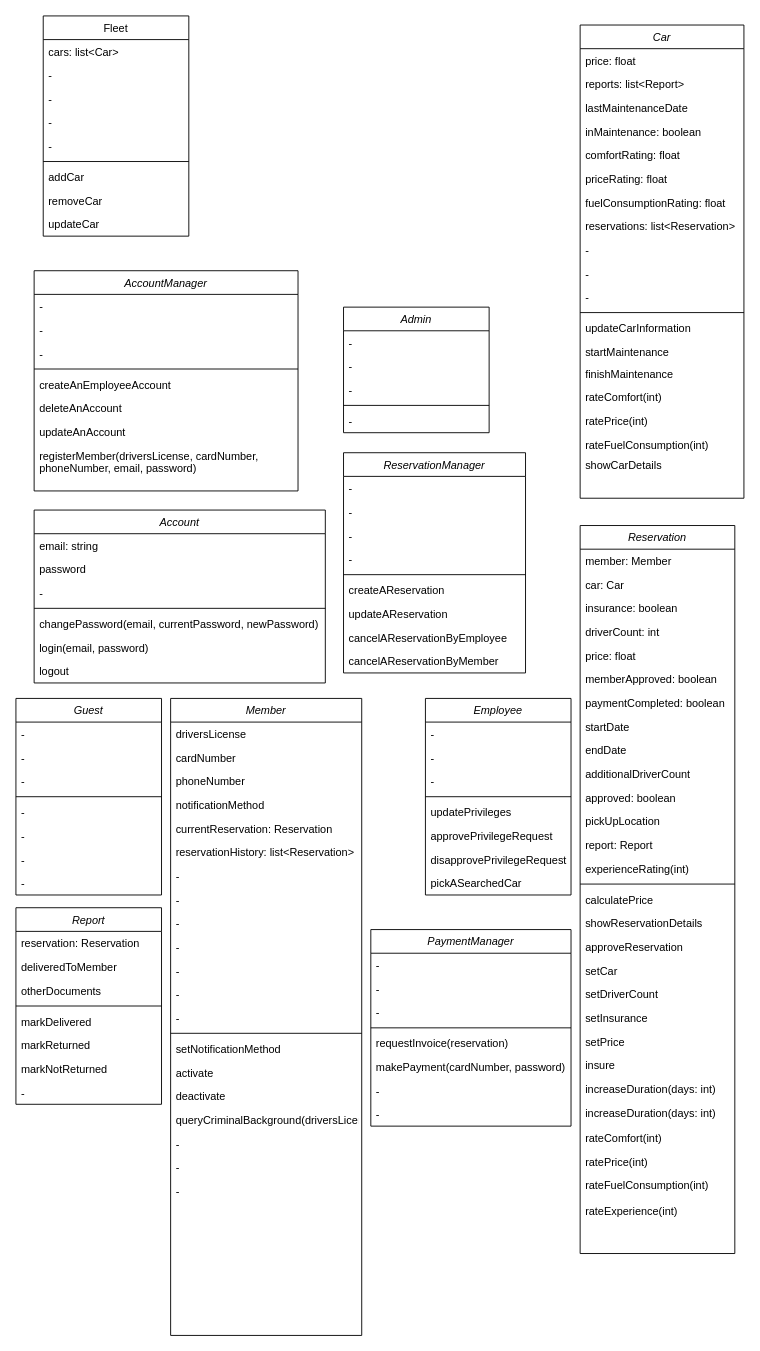
The draw.io diagram ClassDiagram.drawio in aysegulsari/SWE-530, before the edit. Source tidied: cells renumbered, new cells numbered last; positions are measured from the earlier drawing's top-left corner, leaving out a move shared by most shapes. Both pictures are drawn from the tidied source at 91%, with x=0, y=0 at pixel (15, 15).
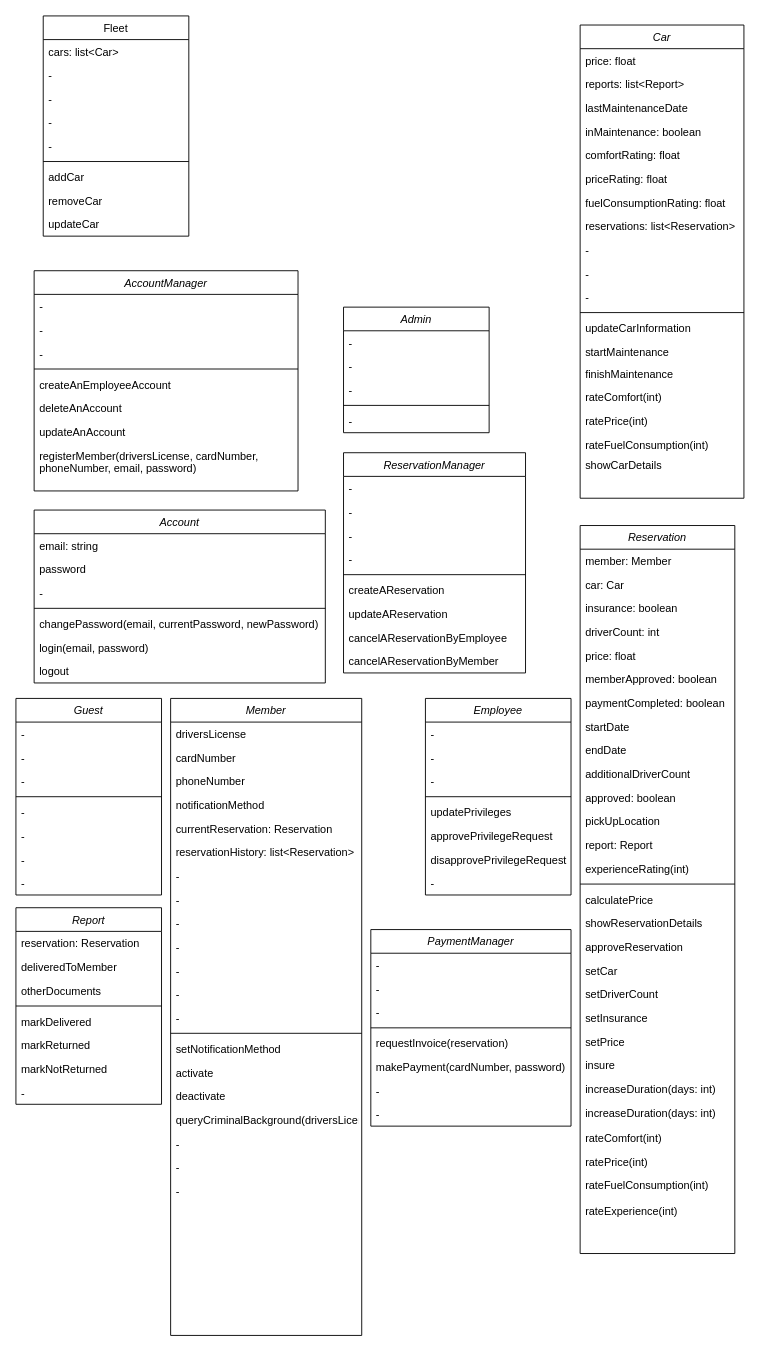
The same page after the edit.

Commit message:
Updated class diagram for the rental car system.

The change refers to these unchanged cells:
```xml
<mxCell id="18" value="Employee" style="swimlane;fontStyle=2;align=center;verticalAlign=top;horizontal=1;startSize=26;rounded=0;shadow=0;strokeWidth=1;" parent="1" vertex="1">
  <mxGeometry x="450" y="750" width="160" height="216" as="geometry" />
</mxCell>
```

What changed in the source:
```diff
@@
-    <mxCell id="26" value="pickASearchedCar" style="text;align=left;verticalAlign=top;spacingLeft=4;spacingRight=4;overflow=hidden;" parent="18" vertex="1">
+    <mxCell id="26" value="-" style="text;align=left;verticalAlign=top;spacingLeft=4;spacingRight=4;overflow=hidden;" parent="18" vertex="1">
       <mxGeometry y="190" width="160" height="26" as="geometry" />
     </mxCell>
```
